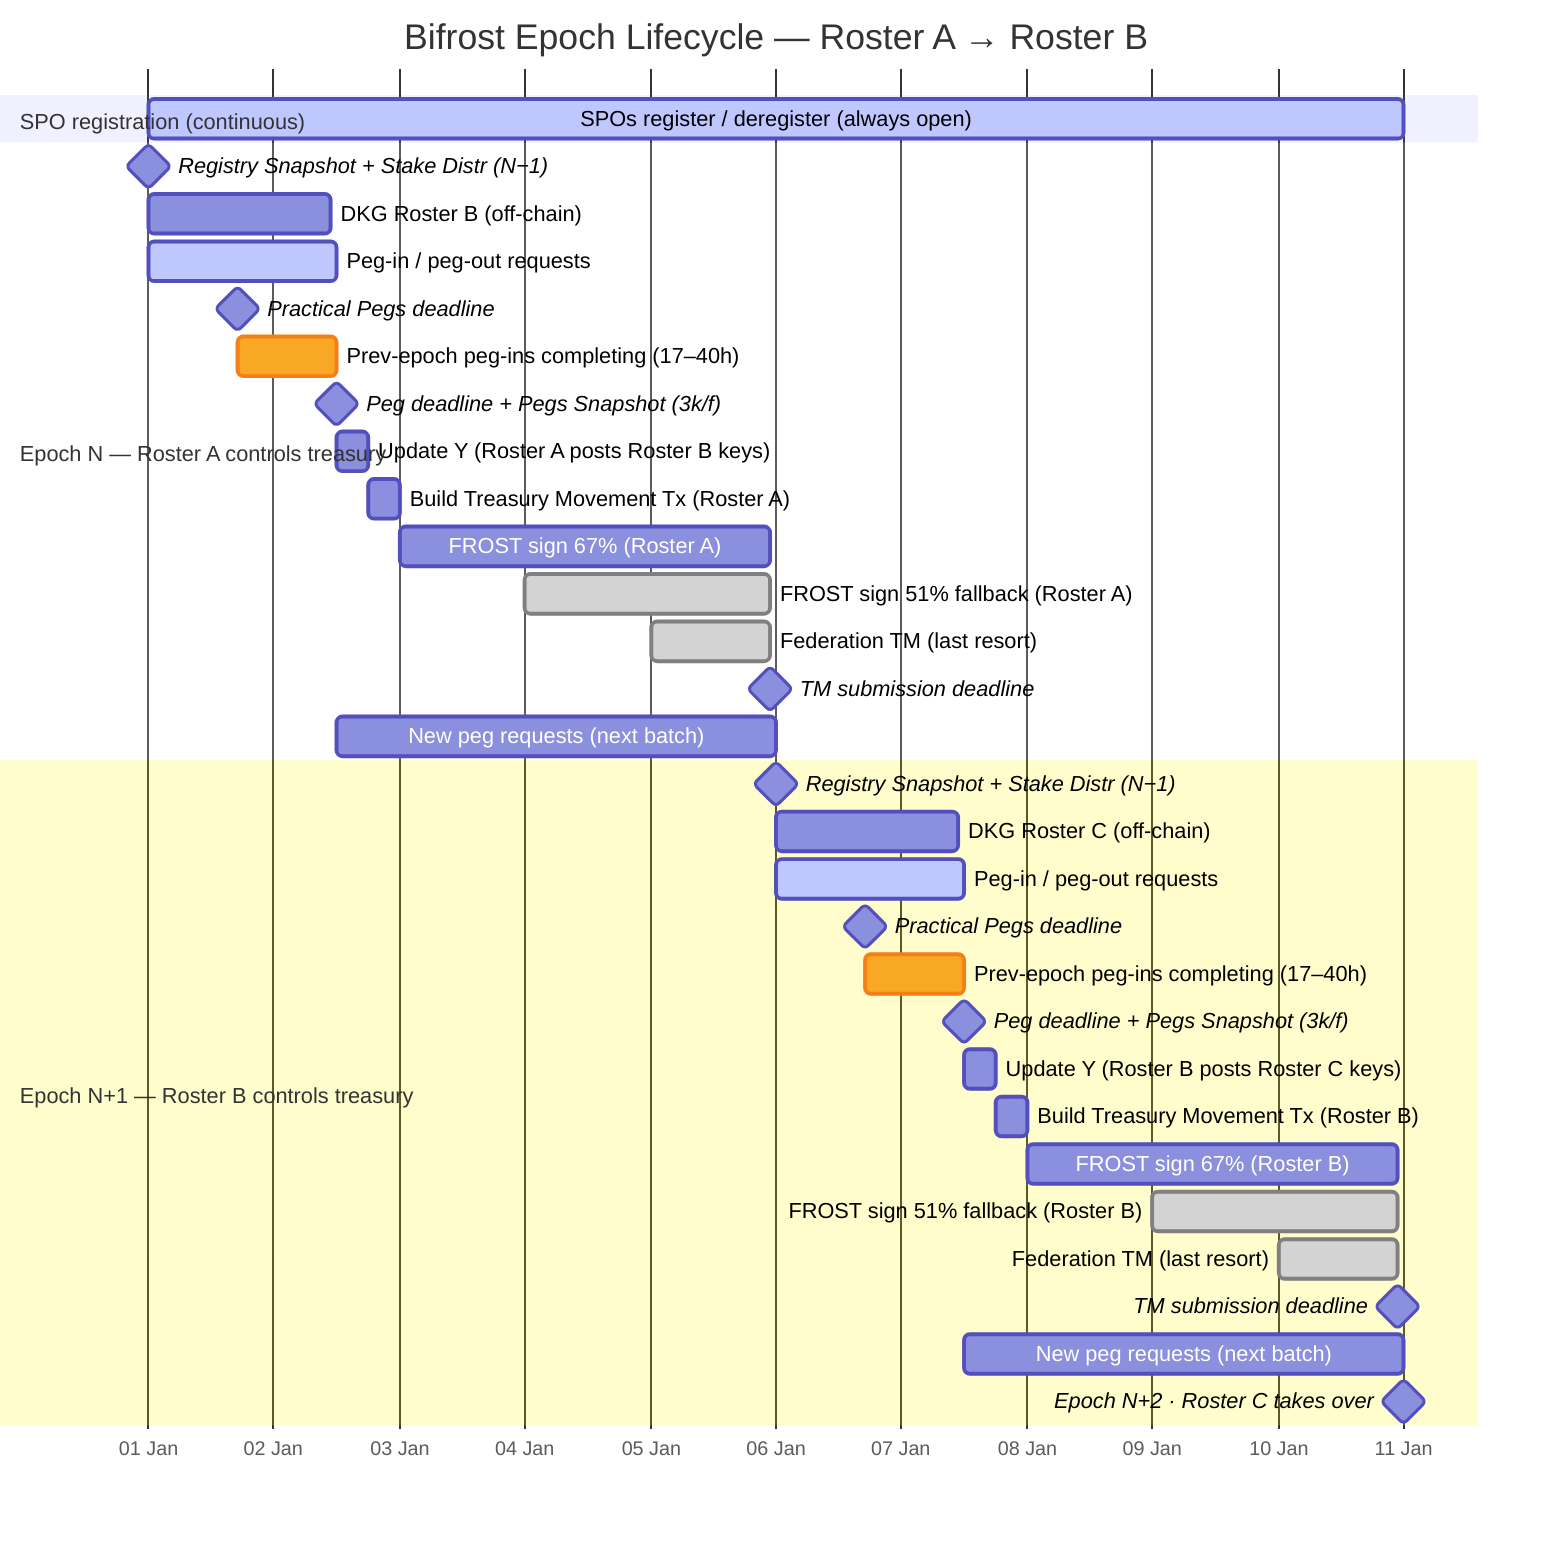
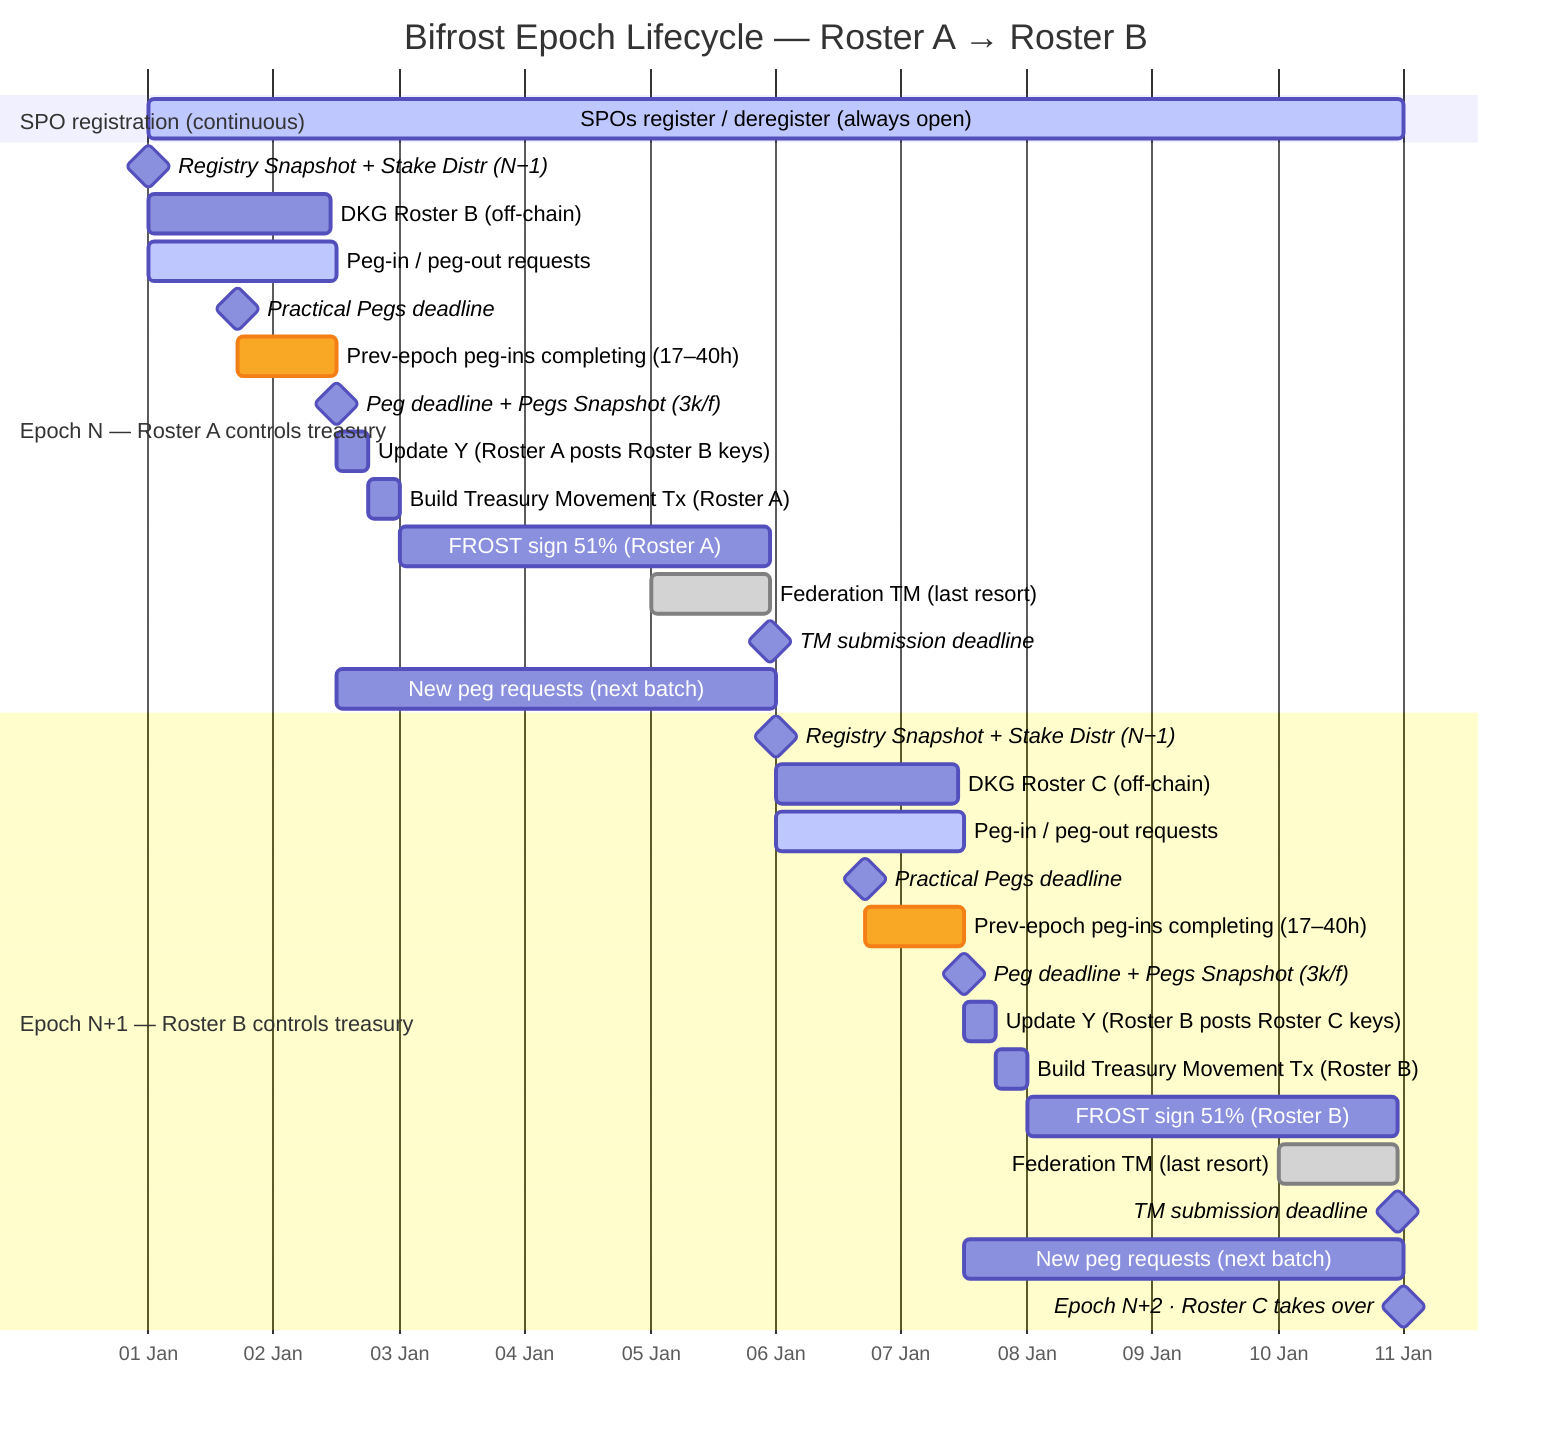
%%{init: {'theme': 'default', 'themeVariables': {'critBkgColor': '#f9a825', 'critBorderColor': '#f57f17', 'doneBkgColor': '#ef5350', 'doneBorderColor': '#c62828'}}}%%
gantt
    title Bifrost Epoch Lifecycle — Roster A → Roster B
    dateFormat YYYY-MM-DD HH:mm
    axisFormat %d %b
    tickInterval 1day

    section SPO registration (continuous)
    SPOs register / deregister (always open) :active, reg, 2025-01-01 00:00, 2025-01-11 00:00

    section Epoch N — Roster A controls treasury
    Registry Snapshot + Stake Distr (N−1)  :milestone, n_snap, 2025-01-01 00:00, 0d
    DKG Roster B (off-chain)               :n_dkg, 2025-01-01 00:00, 2025-01-02 11:00
    Peg-in / peg-out requests              :active, n_pegs, 2025-01-01 00:00, 2025-01-02 12:00
    Practical Pegs deadline                :milestone, n_pdl, 2025-01-01 17:00, 0d
    Prev-epoch peg-ins completing (17–40h) :crit, n_prev, 2025-01-01 17:00, 2025-01-02 12:00
    Peg deadline + Pegs Snapshot (3k/f)    :milestone, n_pdl, 2025-01-02 12:00, 0d
    Update Y (Roster A posts Roster B keys)  :n_updy, 2025-01-02 12:00, 2025-01-02 18:00
    Build Treasury Movement Tx (Roster A)  :n_build, 2025-01-02 18:00, 2025-01-03 00:00
-     FROST sign 67% (Roster A)              :n_s67, 2025-01-03 00:00, 2025-01-05 23:00
-     FROST sign 51% fallback (Roster A)     :done, n_s51, 2025-01-04 00:00, 2025-01-05 23:00
+     FROST sign 51% (Roster A)              :n_s51, 2025-01-03 00:00, 2025-01-05 23:00
    Federation TM (last resort)            :done, n_fed, 2025-01-05 00:00, 2025-01-05 23:00
    TM submission deadline                 :milestone, n_dl, 2025-01-05 23:00, 0d
    New peg requests (next batch)          :n_new, 2025-01-02 12:00, 2025-01-06 00:00

    section Epoch N+1 — Roster B controls treasury
    Registry Snapshot + Stake Distr (N−1)  :milestone, n1_snap, 2025-01-06 00:00, 0d
    DKG Roster C (off-chain)               :n1_dkg, 2025-01-06 00:00, 2025-01-07 11:00
    Peg-in / peg-out requests              :active, n1_pegs, 2025-01-06 00:00, 2025-01-07 12:00
    Practical Pegs deadline                :milestone, n1_pdl, 2025-01-06 17:00, 0d
    Prev-epoch peg-ins completing (17–40h) :crit, n1_prev, 2025-01-06 17:00, 2025-01-07 12:00
    Peg deadline + Pegs Snapshot (3k/f)    :milestone, n1_pdl, 2025-01-07 12:00, 0d
    Update Y (Roster B posts Roster C keys)  :n1_updy, 2025-01-07 12:00, 2025-01-07 18:00
    Build Treasury Movement Tx (Roster B)  :n1_build, 2025-01-07 18:00, 2025-01-08 00:00
-     FROST sign 67% (Roster B)              :n1_s67, 2025-01-08 00:00, 2025-01-10 23:00
-     FROST sign 51% fallback (Roster B)     :done, n1_s51, 2025-01-09 00:00, 2025-01-10 23:00
+     FROST sign 51% (Roster B)              :n1_s51, 2025-01-08 00:00, 2025-01-10 23:00
    Federation TM (last resort)            :done, n1_fed, 2025-01-10 00:00, 2025-01-10 23:00
    TM submission deadline                 :milestone, n1_dl, 2025-01-10 23:00, 0d
    New peg requests (next batch)          :n1_new, 2025-01-07 12:00, 2025-01-11 00:00
    Epoch N+2 · Roster C takes over        :milestone, n2_snap, 2025-01-11 00:00, 0d
